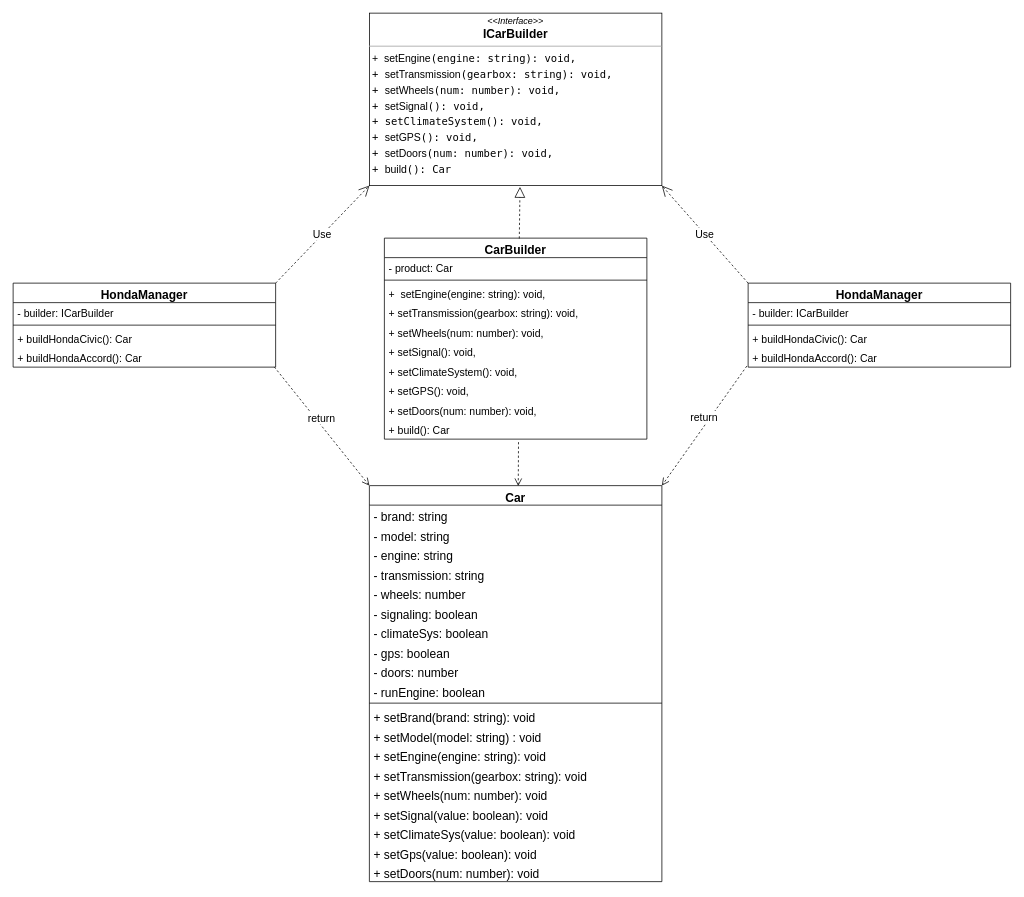
MTONSEG/ts-learn keeps this draw.io diagram as PATTERNS/Creational/Builder/src/Builder.drawio. Above is the earlier version. Source tidied: cells renumbered, new cells numbered last; positions are measured from the earlier drawing's top-left corner, leaving out a move shared by most shapes. Both pictures are drawn from the tidied source at 75%, with x=0, y=0 at pixel (13, 13).
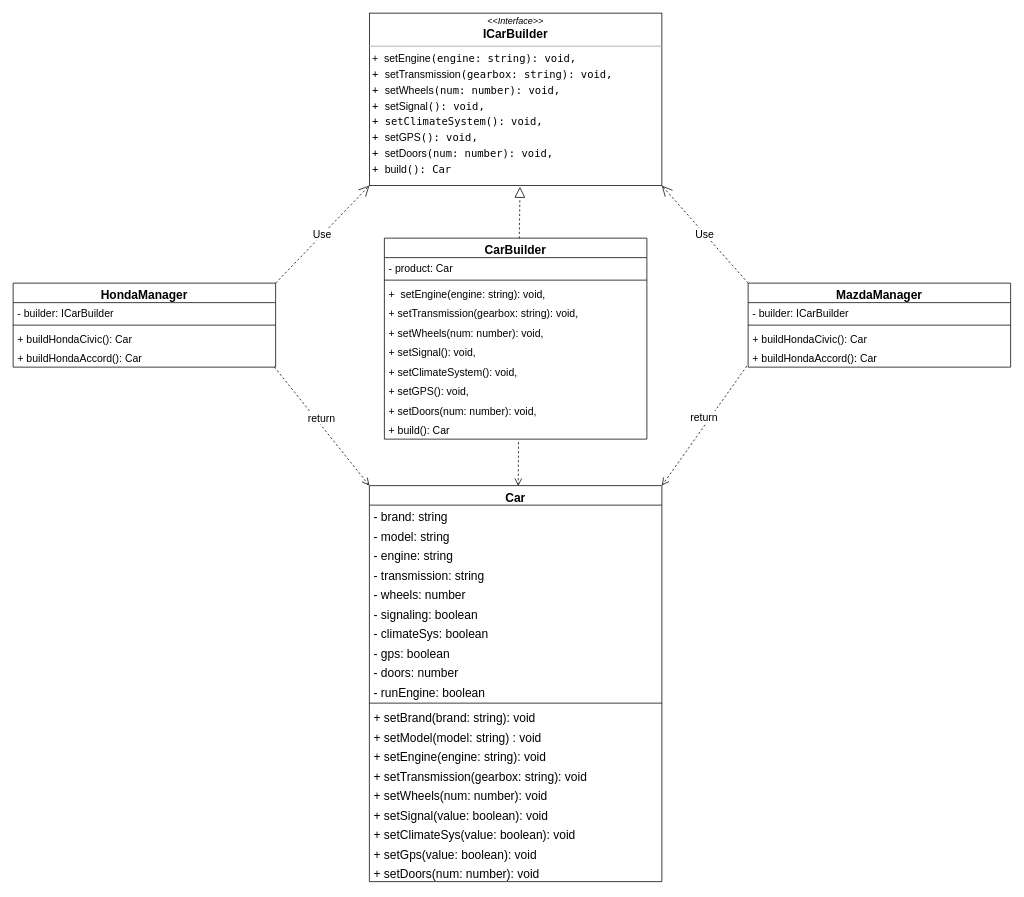
After the change.

Change to the diagram source:
```diff
@@
-    <mxCell id="42" value="HondaManager" style="swimlane;fontStyle=1;align=center;verticalAlign=top;horizontal=1;startSize=26;labelBackgroundColor=none;fontSize=16;" parent="1" vertex="1">
+    <mxCell id="42" value="MazdaManager" style="swimlane;fontStyle=1;align=center;verticalAlign=top;horizontal=1;startSize=26;labelBackgroundColor=none;fontSize=16;" parent="1" vertex="1">
       <mxGeometry x="980" y="360" width="350" height="112" as="geometry" />
     </mxCell>
```
